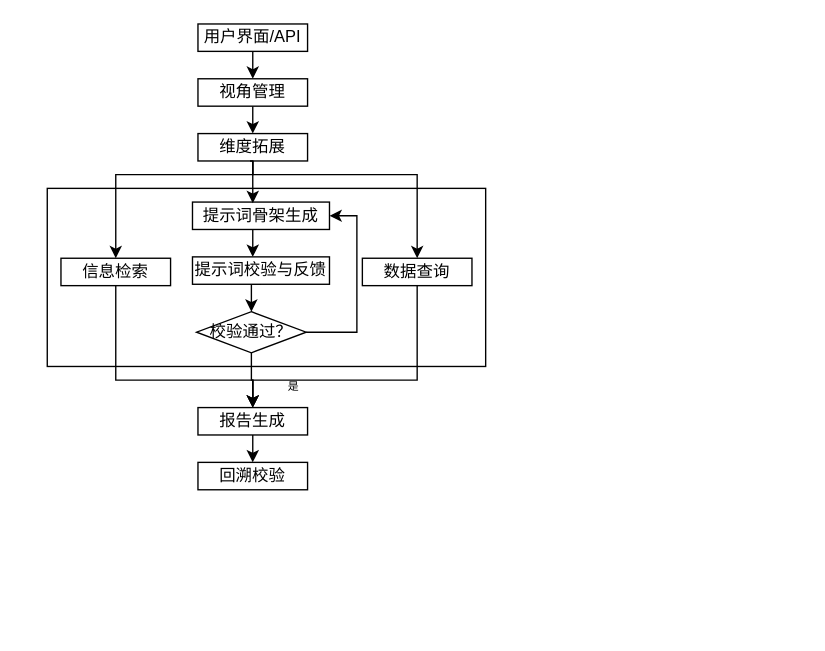
Before: patent-视角约束.drawio in CindyZX/drawio_figures, a draw.io diagram. Source tidied: cells renumbered, new cells numbered last; positions are measured from the earlier drawing's top-left corner, leaving out a move shared by most shapes. Both pictures are drawn from the tidied source at 137%, with x=0, y=0 at pixel (47, 23).
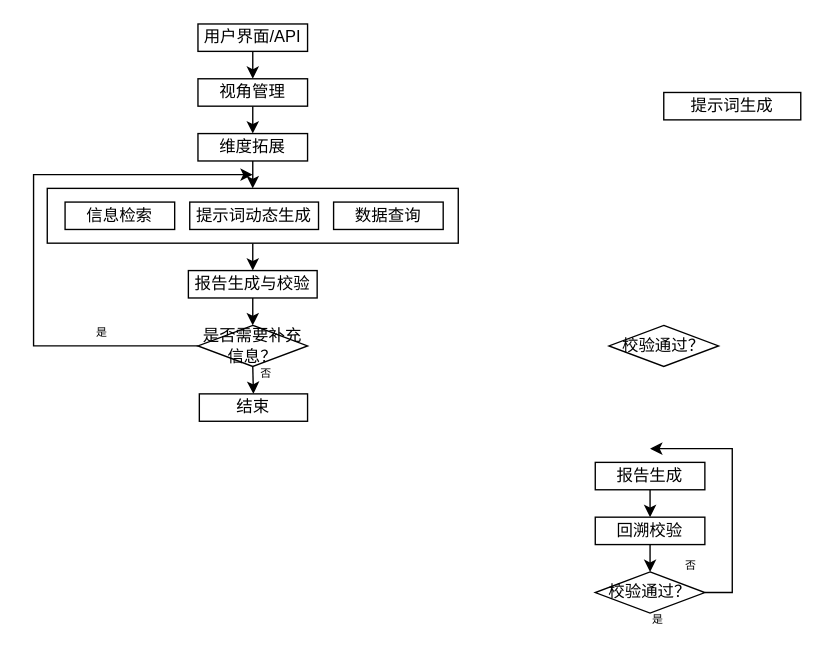
After the change.

Commit message (it also covers changes not shown here):
更新patent-视角约束.drawio

The change refers to these unchanged cells:
```xml
<mxCell id="13" value="维度拓展" style="rounded=0;whiteSpace=wrap;html=1;" parent="1" vertex="1">
  <mxGeometry x="110" y="80" width="80" height="20" as="geometry" />
</mxCell>
```

What changed in the source:
```diff
@@
+    <mxCell id="26" style="edgeStyle=orthogonalEdgeStyle;rounded=0;jettySize=auto;html=1;exitX=0.5;exitY=1;exitDx=0;exitDy=0;entryX=0.5;entryY=0;entryDx=0;entryDy=0;" parent="1" edge="1" source="2" target="35">
+      <mxGeometry relative="1" as="geometry" />
+    </mxCell>
     <mxCell id="2" style="rounded=0;whiteSpace=wrap;html=1;" parent="1" vertex="1">
-      <mxGeometry y="120" width="320" height="130" as="geometry" />
+      <mxGeometry y="120" width="300" height="40" as="geometry" />
     </mxCell>
@@
-    <mxCell id="7" style="edgeStyle=orthogonalEdgeStyle;rounded=0;jettySize=auto;html=1;exitX=0.5;exitY=1;exitDx=0;exitDy=0;entryX=0.5;entryY=0;entryDx=0;entryDy=0;" parent="1" edge="1" source="8" target="19">
-      <mxGeometry relative="1" as="geometry">
-        <Array as="points">
-          <mxPoint x="50" y="260" />
-          <mxPoint x="150" y="260" />
-        </Array>
-      </mxGeometry>
-    </mxCell>
     <mxCell id="8" value="信息检索" style="rounded=0;whiteSpace=wrap;html=1;" parent="1" vertex="1">
-      <mxGeometry x="10" y="171" width="80" height="20" as="geometry" />
+      <mxGeometry x="13" y="130" width="80" height="20" as="geometry" />
     </mxCell>
-    <mxCell id="9" style="edgeStyle=orthogonalEdgeStyle;rounded=0;jettySize=auto;html=1;exitX=0.5;exitY=1;exitDx=0;exitDy=0;entryX=0.5;entryY=0;entryDx=0;entryDy=0;" parent="1" edge="1" source="10" target="19">
-      <mxGeometry relative="1" as="geometry">
-        <Array as="points">
-          <mxPoint x="270" y="260" />
-          <mxPoint x="150" y="260" />
-        </Array>
-      </mxGeometry>
-    </mxCell>
     <mxCell id="10" value="数据查询" style="rounded=0;whiteSpace=wrap;html=1;" parent="1" vertex="1">
-      <mxGeometry x="230" y="171" width="80" height="20" as="geometry" />
+      <mxGeometry x="209" y="130" width="80" height="20" as="geometry" />
     </mxCell>
-    <mxCell id="11" style="edgeStyle=orthogonalEdgeStyle;rounded=0;jettySize=auto;html=1;entryX=0.5;entryY=0;entryDx=0;entryDy=0;" parent="1" edge="1" target="8">
-      <mxGeometry relative="1" as="geometry">
-        <mxPoint x="150" y="100" as="sourcePoint" />
-        <Array as="points">
-          <mxPoint x="150" y="110" />
-          <mxPoint x="50" y="110" />
-        </Array>
-      </mxGeometry>
-    </mxCell>
-    <mxCell id="12" style="edgeStyle=orthogonalEdgeStyle;rounded=0;jettySize=auto;html=1;exitX=0.5;exitY=1;exitDx=0;exitDy=0;" parent="1" edge="1" source="13" target="10">
-      <mxGeometry relative="1" as="geometry">
-        <Array as="points">
-          <mxPoint x="150" y="110" />
-          <mxPoint x="270" y="110" />
-        </Array>
-      </mxGeometry>
-    </mxCell>
+    <mxCell id="27" style="edgeStyle=orthogonalEdgeStyle;rounded=0;jettySize=auto;html=1;exitX=0.5;exitY=1;exitDx=0;exitDy=0;entryX=0.5;entryY=0;entryDx=0;entryDy=0;" parent="1" edge="1" source="13" target="2">
+      <mxGeometry relative="1" as="geometry" />
+    </mxCell>
@@
-    <mxCell id="14" style="edgeStyle=orthogonalEdgeStyle;rounded=0;orthogonalLoop=1;jettySize=auto;html=1;exitX=0.5;exitY=1;exitDx=0;exitDy=0;entryX=0.5;entryY=0;entryDx=0;entryDy=0;" parent="1" edge="1">
-      <mxGeometry relative="1" as="geometry">
-        <mxPoint x="150" y="150" as="sourcePoint" />
-        <mxPoint x="150" y="170" as="targetPoint" />
-      </mxGeometry>
-    </mxCell>
-    <mxCell id="15" value="提示词骨架生成" style="rounded=0;whiteSpace=wrap;html=1;" parent="1" vertex="1">
-      <mxGeometry x="106" y="130" width="100" height="20" as="geometry" />
+    <mxCell id="15" value="提示词动态生成" style="rounded=0;whiteSpace=wrap;html=1;" parent="1" vertex="1">
+      <mxGeometry x="104" y="130" width="94" height="20" as="geometry" />
     </mxCell>
-    <mxCell id="16" style="edgeStyle=orthogonalEdgeStyle;rounded=0;jettySize=auto;html=1;exitX=0.5;exitY=1;exitDx=0;exitDy=0;entryX=0.5;entryY=0;entryDx=0;entryDy=0;" parent="1" edge="1" source="17" target="23">
-      <mxGeometry relative="1" as="geometry" />
-    </mxCell>
-    <mxCell id="17" value="提示词校验与反馈" style="rounded=0;whiteSpace=wrap;html=1;" parent="1" vertex="1">
-      <mxGeometry x="106" y="170" width="100" height="20" as="geometry" />
-    </mxCell>
@@
     <mxCell id="19" value="报告生成" style="rounded=0;whiteSpace=wrap;html=1;" parent="1" vertex="1">
-      <mxGeometry x="110" y="280" width="80" height="20" as="geometry" />
+      <mxGeometry x="400" y="320" width="80" height="20" as="geometry" />
     </mxCell>
+    <mxCell id="28" style="edgeStyle=orthogonalEdgeStyle;rounded=0;jettySize=auto;html=1;exitX=0.5;exitY=1;exitDx=0;exitDy=0;entryX=0.5;entryY=0;entryDx=0;entryDy=0;" parent="1" edge="1" source="20" target="31">
+      <mxGeometry relative="1" as="geometry" />
+    </mxCell>
     <mxCell id="20" value="回溯校验" style="rounded=0;whiteSpace=wrap;html=1;" parent="1" vertex="1">
-      <mxGeometry x="110" y="320" width="80" height="20" as="geometry" />
+      <mxGeometry x="400" y="360" width="80" height="20" as="geometry" />
     </mxCell>
-    <mxCell id="21" style="edgeStyle=orthogonalEdgeStyle;rounded=0;jettySize=auto;html=1;exitX=1;exitY=0.5;exitDx=0;exitDy=0;entryX=1;entryY=0.5;entryDx=0;entryDy=0;" parent="1" edge="1" source="23" target="15">
-      <mxGeometry relative="1" as="geometry" />
-    </mxCell>
-    <mxCell id="22" style="edgeStyle=orthogonalEdgeStyle;rounded=0;jettySize=auto;html=1;exitX=0.5;exitY=1;exitDx=0;exitDy=0;entryX=0.5;entryY=0;entryDx=0;entryDy=0;" parent="1" edge="1" source="23" target="19">
-      <mxGeometry relative="1" as="geometry" />
-    </mxCell>
-    <mxCell id="23" value="校验通过？" style="rhombus;whiteSpace=wrap;html=1;" parent="1" vertex="1">
-      <mxGeometry x="109" y="210" width="80" height="30" as="geometry" />
-    </mxCell>
-    <mxCell id="24" style="edgeStyle=orthogonalEdgeStyle;rounded=0;orthogonalLoop=1;jettySize=auto;html=1;exitX=0.5;exitY=1;exitDx=0;exitDy=0;entryX=0.46;entryY=0.038;entryDx=0;entryDy=0;entryPerimeter=0;" parent="1" edge="1">
-      <mxGeometry relative="1" as="geometry">
-        <mxPoint x="148" y="100" as="sourcePoint" />
-        <mxPoint x="150" y="130.8" as="targetPoint" />
-      </mxGeometry>
-    </mxCell>
     <mxCell id="25" value="是" style="text;html=1;whiteSpace=wrap;strokeColor=none;fillColor=none;align=center;verticalAlign=middle;rounded=0;fontSize=8;" parent="1" vertex="1">
-      <mxGeometry x="170" y="260" width="20" height="10" as="geometry" />
+      <mxGeometry x="436" y="430" width="20" height="10" as="geometry" />
     </mxCell>
+    <mxCell id="29" value="否" style="text;html=1;whiteSpace=wrap;strokeColor=none;fillColor=none;align=center;verticalAlign=middle;rounded=0;fontSize=8;" parent="1" vertex="1">
+      <mxGeometry x="460" y="390" width="20" height="10" as="geometry" />
+    </mxCell>
+    <mxCell id="30" style="edgeStyle=orthogonalEdgeStyle;rounded=0;jettySize=auto;html=1;exitX=1;exitY=0.5;exitDx=0;exitDy=0;" parent="1" edge="1" source="31">
+      <mxGeometry relative="1" as="geometry">
+        <mxPoint x="440" y="310" as="targetPoint" />
+        <Array as="points">
+          <mxPoint x="500" y="415" />
+          <mxPoint x="500" y="310" />
+        </Array>
+      </mxGeometry>
+    </mxCell>
+    <mxCell id="31" value="校验通过？" style="rhombus;whiteSpace=wrap;html=1;" parent="1" vertex="1">
+      <mxGeometry x="400" y="400" width="80" height="30" as="geometry" />
+    </mxCell>
+    <mxCell id="32" value="提示词生成" style="rounded=0;whiteSpace=wrap;html=1;" parent="1" vertex="1">
+      <mxGeometry x="450" y="50" width="100" height="20" as="geometry" />
+    </mxCell>
+    <mxCell id="33" value="校验通过？" style="rhombus;whiteSpace=wrap;html=1;" parent="1" vertex="1">
+      <mxGeometry x="410" y="220" width="80" height="30" as="geometry" />
+    </mxCell>
+    <mxCell id="34" style="edgeStyle=orthogonalEdgeStyle;rounded=0;jettySize=auto;html=1;exitX=0.5;exitY=1;exitDx=0;exitDy=0;entryX=0.5;entryY=0;entryDx=0;entryDy=0;" parent="1" edge="1" source="35" target="38">
+      <mxGeometry relative="1" as="geometry" />
+    </mxCell>
+    <mxCell id="35" value="报告生成与校验" style="rounded=0;whiteSpace=wrap;html=1;" parent="1" vertex="1">
+      <mxGeometry x="103" y="180" width="94" height="20" as="geometry" />
+    </mxCell>
+    <mxCell id="36" style="edgeStyle=orthogonalEdgeStyle;rounded=0;jettySize=auto;html=1;exitX=0.5;exitY=1;exitDx=0;exitDy=0;entryX=0.5;entryY=0;entryDx=0;entryDy=0;" parent="1" edge="1" source="38" target="39">
+      <mxGeometry relative="1" as="geometry" />
+    </mxCell>
+    <mxCell id="37" style="edgeStyle=orthogonalEdgeStyle;rounded=0;jettySize=auto;html=1;exitX=0;exitY=0.5;exitDx=0;exitDy=0;" parent="1" edge="1" source="38">
+      <mxGeometry relative="1" as="geometry">
+        <mxPoint x="150" y="110" as="targetPoint" />
+        <Array as="points">
+          <mxPoint x="-10" y="235" />
+          <mxPoint x="-10" y="110" />
+        </Array>
+      </mxGeometry>
+    </mxCell>
+    <mxCell id="38" value="是否需要补充信息？" style="rhombus;whiteSpace=wrap;html=1;" parent="1" vertex="1">
+      <mxGeometry x="110" y="220" width="80" height="30" as="geometry" />
+    </mxCell>
+    <mxCell id="39" value="结束" style="rounded=0;whiteSpace=wrap;html=1;" parent="1" vertex="1">
+      <mxGeometry x="111" y="270" width="79" height="20" as="geometry" />
+    </mxCell>
+    <mxCell id="40" value="否" style="text;html=1;whiteSpace=wrap;strokeColor=none;fillColor=none;align=center;verticalAlign=middle;rounded=0;fontSize=8;" parent="1" vertex="1">
+      <mxGeometry x="150" y="250" width="20" height="10" as="geometry" />
+    </mxCell>
+    <mxCell id="41" value="是" style="text;html=1;whiteSpace=wrap;strokeColor=none;fillColor=none;align=center;verticalAlign=middle;rounded=0;fontSize=8;" parent="1" vertex="1">
+      <mxGeometry x="30" y="220" width="20" height="10" as="geometry" />
+    </mxCell>
```
